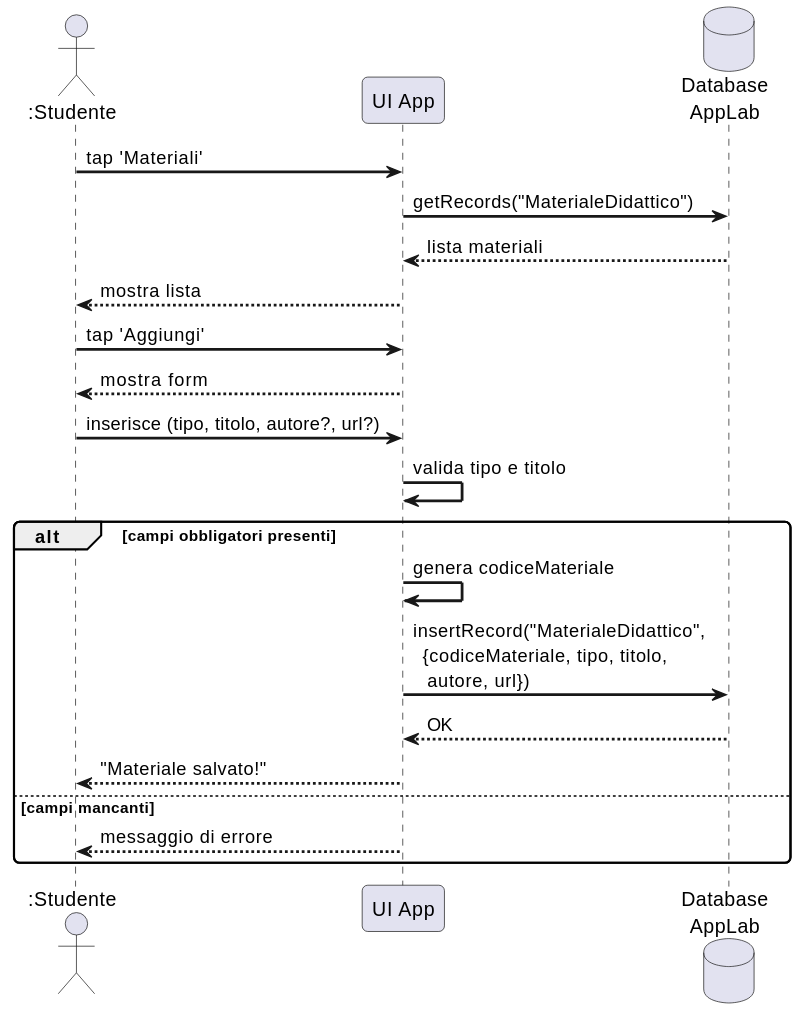
Before: images/sd-inserimento-materiale.svg, a diagram exported from PlantUML (gionatamassibenincasa/study-together). Source of this version:
```plantuml
@startuml
skinparam sequenceArrowThickness 2
skinparam roundcorner 8

actor ":Studente" as S
participant "UI App" as UI
database "Database\nAppLab" as DB

S -> UI : tap 'Materiali'
UI -> DB : getRecords("MaterialeDidattico")
DB --> UI : lista materiali
UI --> S : mostra lista

S -> UI : tap 'Aggiungi'
UI --> S : mostra form

S -> UI : inserisce (tipo, titolo, autore?, url?)
UI -> UI : valida tipo e titolo

alt campi obbligatori presenti
  UI -> UI : genera codiceMateriale
  UI -> DB : insertRecord("MaterialeDidattico",\n  {codiceMateriale, tipo, titolo,\n   autore, url})
  DB --> UI : OK
  UI --> S : "Materiale salvato!"
else campi mancanti
  UI --> S : messaggio di errore
end
@enduml
```
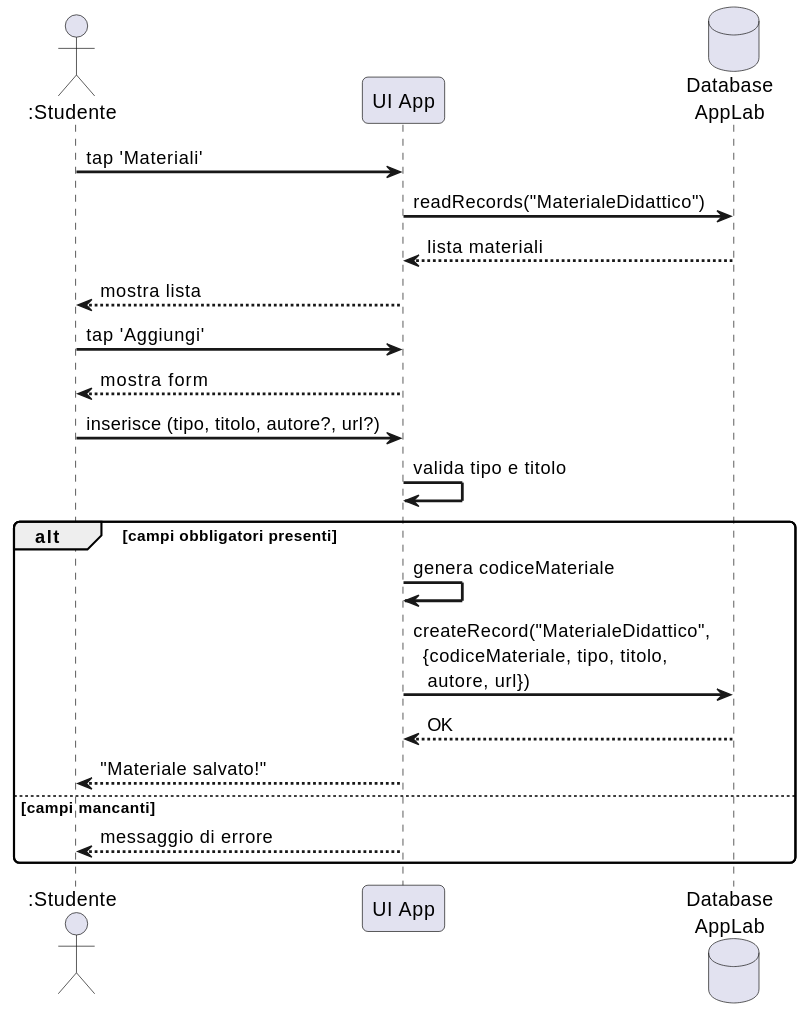
Above is the later version.

What changed in the source:
```diff
@@ -7,7 +7,7 @@
 database "Database\nAppLab" as DB
 
 S -> UI : tap 'Materiali'
-UI -> DB : getRecords("MaterialeDidattico")
+UI -> DB : readRecords("MaterialeDidattico")
 DB --> UI : lista materiali
 UI --> S : mostra lista
 
@@ -19,7 +19,7 @@
 
 alt campi obbligatori presenti
   UI -> UI : genera codiceMateriale
-  UI -> DB : insertRecord("MaterialeDidattico",\n  {codiceMateriale, tipo, titolo,\n   autore, url})
+  UI -> DB : createRecord("MaterialeDidattico",\n  {codiceMateriale, tipo, titolo,\n   autore, url})
   DB --> UI : OK
   UI --> S : "Materiale salvato!"
 else campi mancanti
```
